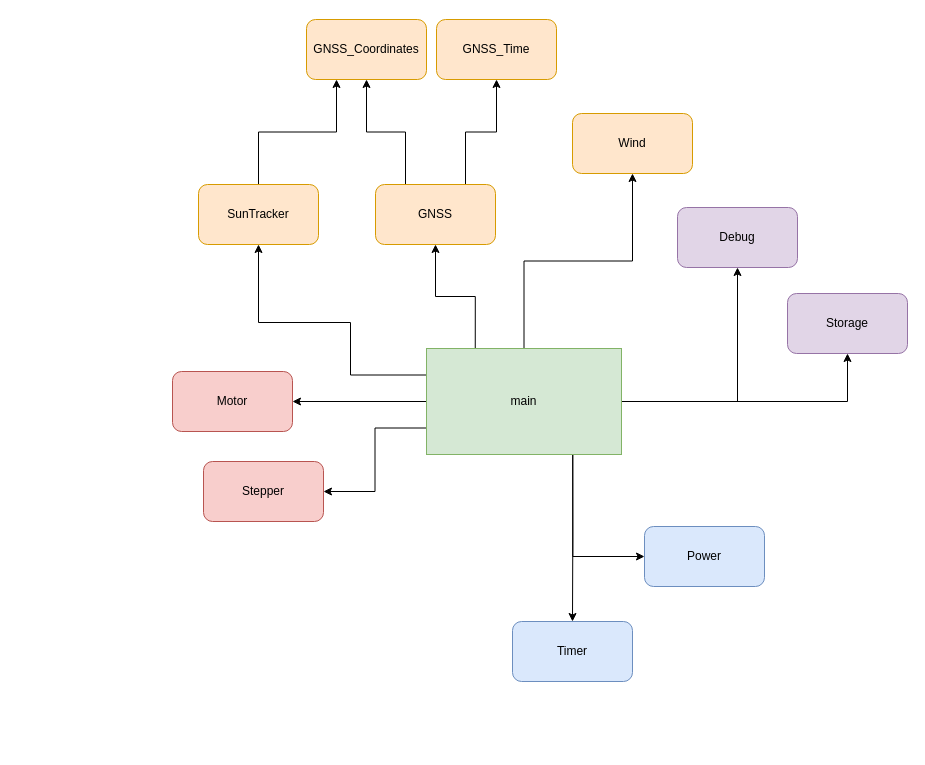
The draw.io diagram SunTracker.drawio in CREPP-PLOEMEUR/Tracker_Solaire, before the edit. Source tidied: cells renumbered, new cells numbered last; positions are measured from the earlier drawing's top-left corner, leaving out a move shared by most shapes. Both pictures are drawn from the tidied source at 100%, with x=0, y=0 at pixel (172, 19).
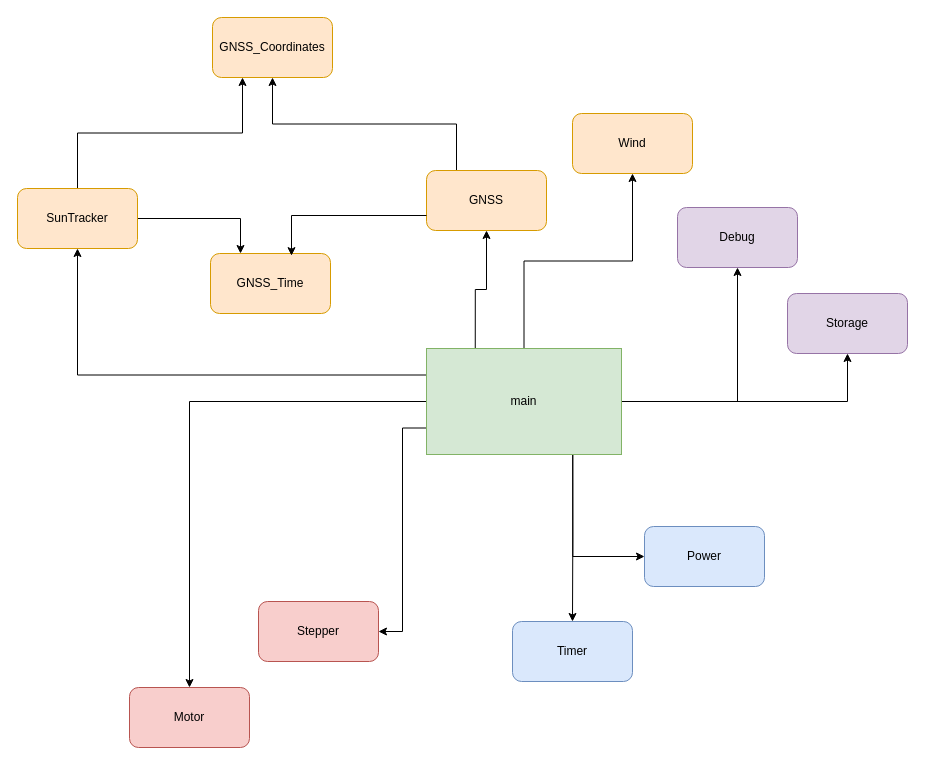
After the change.

Unchanged cells that the change refers to:
```xml
<mxCell id="11" value="main" style="rounded=0;whiteSpace=wrap;html=1;fillColor=#d5e8d4;strokeColor=#82b366;" parent="1" vertex="1">
  <mxGeometry x="254" y="329" width="195" height="106" as="geometry" />
</mxCell>
```

Diff of the diagram source:
```diff
@@
     <mxCell id="10" style="edgeStyle=orthogonalEdgeStyle;rounded=0;jettySize=auto;html=1;exitX=0;exitY=0.25;exitDx=0;exitDy=0;" parent="1" edge="1" source="11" target="16">
-      <mxGeometry relative="1" as="geometry">
-        <Array as="points">
-          <mxPoint x="178" y="355" />
-          <mxPoint x="178" y="303" />
-          <mxPoint x="86" y="303" />
-        </Array>
-      </mxGeometry>
+      <mxGeometry relative="1" as="geometry" />
     </mxCell>
@@
-    <mxCell id="12" style="edgeStyle=orthogonalEdgeStyle;rounded=0;jettySize=auto;html=1;exitX=0.75;exitY=0;exitDx=0;exitDy=0;" parent="1" edge="1" source="14" target="25">
-      <mxGeometry relative="1" as="geometry" />
-    </mxCell>
@@
     <mxCell id="14" value="GNSS" style="rounded=1;whiteSpace=wrap;html=1;fillColor=#ffe6cc;strokeColor=#d79b00;" parent="1" vertex="1">
-      <mxGeometry x="203" y="165" width="120" height="60" as="geometry" />
+      <mxGeometry x="254" y="151" width="120" height="60" as="geometry" />
     </mxCell>
@@
+    <mxCell id="26" style="edgeStyle=orthogonalEdgeStyle;rounded=0;jettySize=auto;html=1;exitX=1;exitY=0.5;exitDx=0;exitDy=0;entryX=0.25;entryY=0;entryDx=0;entryDy=0;" parent="1" edge="1" source="16" target="25">
+      <mxGeometry relative="1" as="geometry" />
+    </mxCell>
     <mxCell id="16" value="SunTracker" style="rounded=1;whiteSpace=wrap;html=1;fillColor=#ffe6cc;strokeColor=#d79b00;" parent="1" vertex="1">
-      <mxGeometry x="26" y="165" width="120" height="60" as="geometry" />
+      <mxGeometry x="-155" y="169" width="120" height="60" as="geometry" />
     </mxCell>
     <mxCell id="17" value="Motor" style="rounded=1;whiteSpace=wrap;html=1;fillColor=#f8cecc;strokeColor=#b85450;" parent="1" vertex="1">
-      <mxGeometry y="352" width="120" height="60" as="geometry" />
+      <mxGeometry x="-43" y="668" width="120" height="60" as="geometry" />
     </mxCell>
     <mxCell id="18" value="Stepper" style="rounded=1;whiteSpace=wrap;html=1;fillColor=#f8cecc;strokeColor=#b85450;" parent="1" vertex="1">
-      <mxGeometry x="31" y="442" width="120" height="60" as="geometry" />
+      <mxGeometry x="86" y="582" width="120" height="60" as="geometry" />
     </mxCell>
@@
     <mxCell id="24" value="GNSS_Coordinates" style="rounded=1;whiteSpace=wrap;html=1;fillColor=#ffe6cc;strokeColor=#d79b00;" parent="1" vertex="1">
-      <mxGeometry x="134" width="120" height="60" as="geometry" />
+      <mxGeometry x="40" y="-2" width="120" height="60" as="geometry" />
     </mxCell>
     <mxCell id="25" value="GNSS_Time" style="rounded=1;whiteSpace=wrap;html=1;fillColor=#ffe6cc;strokeColor=#d79b00;" parent="1" vertex="1">
-      <mxGeometry x="264" width="120" height="60" as="geometry" />
+      <mxGeometry x="38" y="234" width="120" height="60" as="geometry" />
     </mxCell>
+    <mxCell id="12" style="edgeStyle=orthogonalEdgeStyle;rounded=0;jettySize=auto;html=1;exitX=0;exitY=0.75;exitDx=0;exitDy=0;entryX=0.675;entryY=0.036;entryDx=0;entryDy=0;entryPerimeter=0;" parent="1" edge="1" source="14" target="25">
+      <mxGeometry relative="1" as="geometry" />
+    </mxCell>
```
